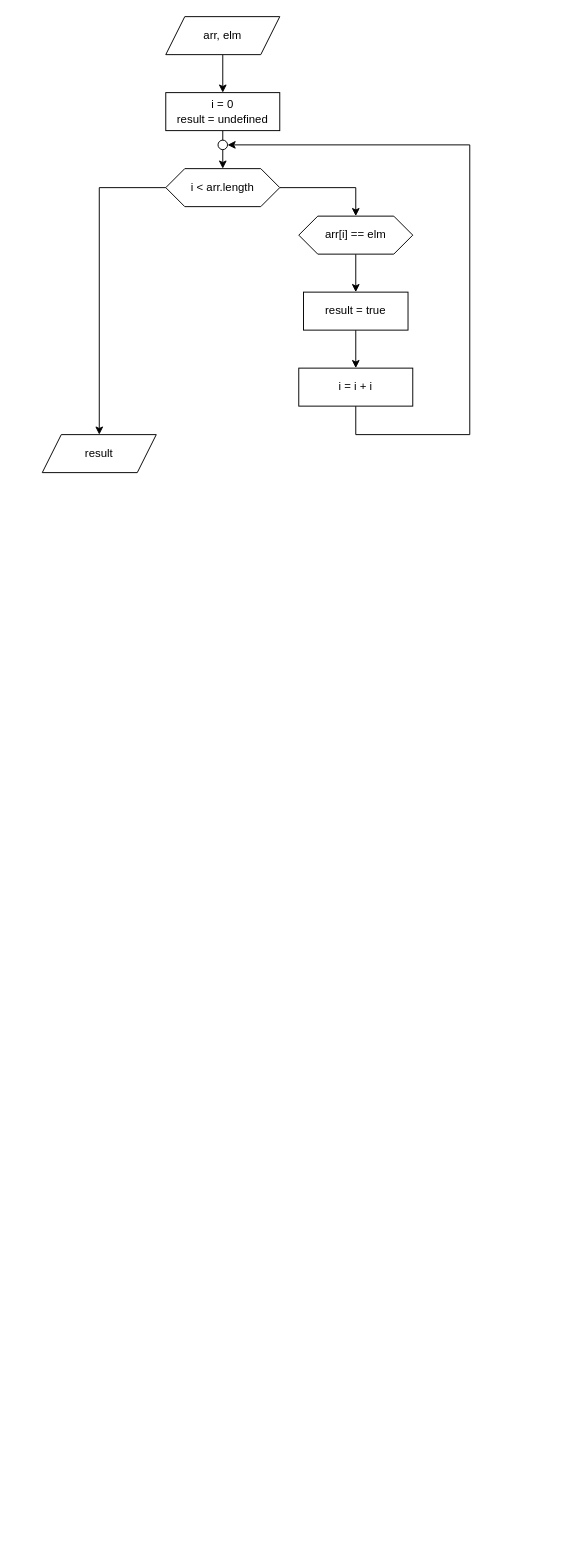
damianamalraj/iths-jsu21-native-javascript keeps this draw.io diagram as Arrays bootcamp/flodesschema.drawio. Above is the earlier version. Source tidied: cells renumbered, new cells numbered last; positions are measured from the earlier drawing's top-left corner, leaving out a move shared by most shapes. Both pictures are drawn from the tidied source at 95%, with x=0, y=0 at pixel (42, 16).
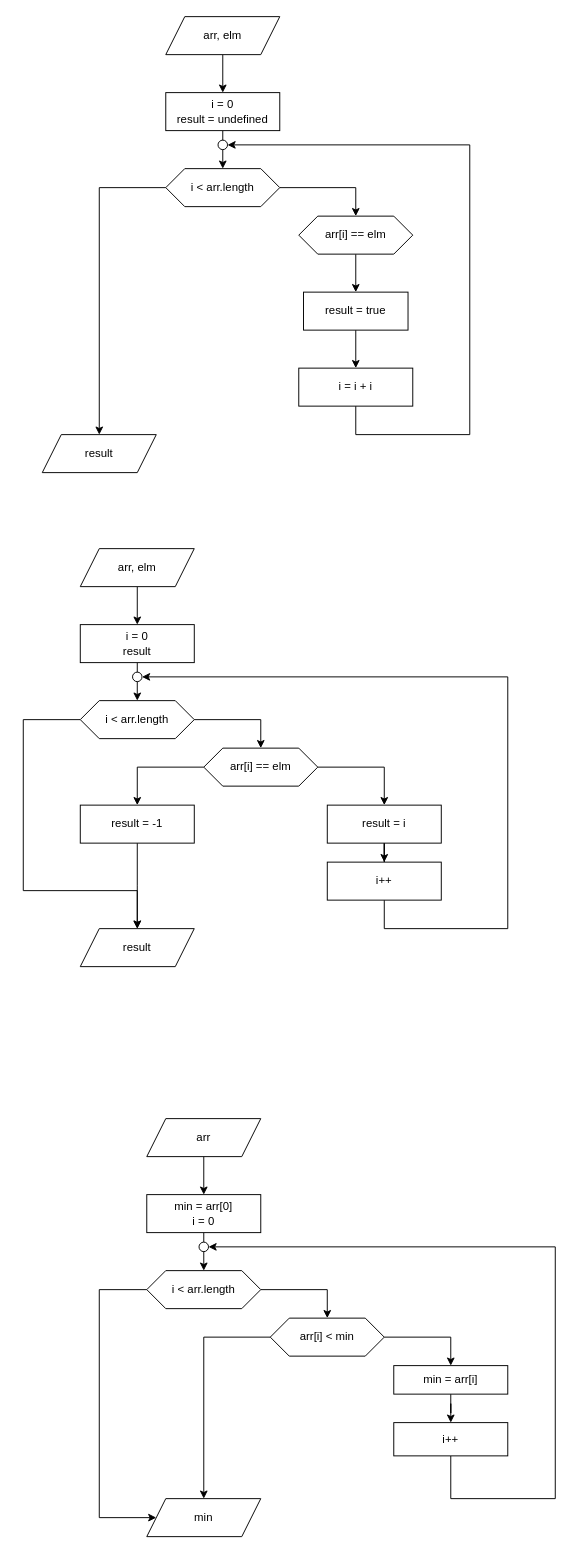
Above is the later version.

Diff of the diagram source:
```diff
@@
+    <mxCell id="17" style="edgeStyle=orthogonalEdgeStyle;rounded=0;jettySize=auto;html=1;" parent="1" edge="1" source="18" target="20">
+      <mxGeometry relative="1" as="geometry" />
+    </mxCell>
+    <mxCell id="18" value="arr, elm" style="shape=parallelogram;perimeter=parallelogramPerimeter;whiteSpace=wrap;html=1;fixedSize=1;" parent="1" vertex="1">
+      <mxGeometry x="40" y="560" width="120" height="40" as="geometry" />
+    </mxCell>
+    <mxCell id="19" style="edgeStyle=orthogonalEdgeStyle;rounded=0;jettySize=auto;html=1;" parent="1" edge="1" source="20" target="23">
+      <mxGeometry relative="1" as="geometry" />
+    </mxCell>
+    <mxCell id="20" value="i = 0&lt;br&gt;result" style="whiteSpace=wrap;html=1;" parent="1" vertex="1">
+      <mxGeometry x="40" y="640" width="120" height="40" as="geometry" />
+    </mxCell>
+    <mxCell id="21" style="edgeStyle=orthogonalEdgeStyle;rounded=0;jettySize=auto;html=1;" parent="1" edge="1" source="23" target="26">
+      <mxGeometry relative="1" as="geometry" />
+    </mxCell>
+    <mxCell id="22" style="edgeStyle=orthogonalEdgeStyle;rounded=0;jettySize=auto;html=1;" parent="1" edge="1" source="23">
+      <mxGeometry relative="1" as="geometry">
+        <mxPoint x="100" y="960" as="targetPoint" />
+        <Array as="points">
+          <mxPoint x="-20" y="740" />
+          <mxPoint x="-20" y="920" />
+          <mxPoint x="100" y="920" />
+        </Array>
+      </mxGeometry>
+    </mxCell>
+    <mxCell id="23" value="i &amp;lt; arr.length" style="shape=hexagon;perimeter=hexagonPerimeter2;whiteSpace=wrap;html=1;fixedSize=1;" parent="1" vertex="1">
+      <mxGeometry x="40" y="720" width="120" height="40" as="geometry" />
+    </mxCell>
+    <mxCell id="24" style="edgeStyle=orthogonalEdgeStyle;rounded=0;jettySize=auto;html=1;" parent="1" edge="1" source="26" target="28">
+      <mxGeometry relative="1" as="geometry" />
+    </mxCell>
+    <mxCell id="25" style="edgeStyle=orthogonalEdgeStyle;rounded=0;jettySize=auto;html=1;entryX=0.5;entryY=0;entryDx=0;entryDy=0;" parent="1" edge="1" source="26" target="31">
+      <mxGeometry relative="1" as="geometry">
+        <Array as="points">
+          <mxPoint x="100" y="790" />
+        </Array>
+      </mxGeometry>
+    </mxCell>
+    <mxCell id="26" value="arr[i] == elm" style="shape=hexagon;perimeter=hexagonPerimeter2;whiteSpace=wrap;html=1;fixedSize=1;" parent="1" vertex="1">
+      <mxGeometry x="170" y="770" width="120" height="40" as="geometry" />
+    </mxCell>
+    <mxCell id="27" style="edgeStyle=orthogonalEdgeStyle;rounded=0;jettySize=auto;html=1;entryX=0.5;entryY=0;entryDx=0;entryDy=0;" parent="1" edge="1" source="28" target="46">
+      <mxGeometry relative="1" as="geometry" />
+    </mxCell>
+    <mxCell id="28" value="result = i" style="whiteSpace=wrap;html=1;" parent="1" vertex="1">
+      <mxGeometry x="300" y="830" width="120" height="40" as="geometry" />
+    </mxCell>
+    <mxCell id="29" value="result" style="shape=parallelogram;perimeter=parallelogramPerimeter;whiteSpace=wrap;html=1;fixedSize=1;" parent="1" vertex="1">
+      <mxGeometry x="40" y="960" width="120" height="40" as="geometry" />
+    </mxCell>
+    <mxCell id="30" style="edgeStyle=orthogonalEdgeStyle;rounded=0;jettySize=auto;html=1;" parent="1" edge="1" source="31">
+      <mxGeometry relative="1" as="geometry">
+        <mxPoint x="100" y="960" as="targetPoint" />
+      </mxGeometry>
+    </mxCell>
+    <mxCell id="31" value="result = -1" style="whiteSpace=wrap;html=1;" parent="1" vertex="1">
+      <mxGeometry x="40" y="830" width="120" height="40" as="geometry" />
+    </mxCell>
+    <mxCell id="32" style="ellipse;whiteSpace=wrap;html=1;" parent="1" vertex="1">
+      <mxGeometry x="95" y="690" width="10" height="10" as="geometry" />
+    </mxCell>
+    <mxCell id="33" style="edgeStyle=orthogonalEdgeStyle;rounded=0;jettySize=auto;html=1;" parent="1" edge="1" source="34" target="36">
+      <mxGeometry relative="1" as="geometry" />
+    </mxCell>
+    <mxCell id="34" value="arr" style="shape=parallelogram;perimeter=parallelogramPerimeter;whiteSpace=wrap;html=1;fixedSize=1;" parent="1" vertex="1">
+      <mxGeometry x="110" y="1160" width="120" height="40" as="geometry" />
+    </mxCell>
+    <mxCell id="35" style="edgeStyle=orthogonalEdgeStyle;rounded=0;jettySize=auto;html=1;" parent="1" edge="1" source="36" target="39">
+      <mxGeometry relative="1" as="geometry" />
+    </mxCell>
+    <mxCell id="36" value="min = arr[0]&lt;br&gt;i = 0" style="whiteSpace=wrap;html=1;" parent="1" vertex="1">
+      <mxGeometry x="110" y="1240" width="120" height="40" as="geometry" />
+    </mxCell>
+    <mxCell id="37" style="edgeStyle=orthogonalEdgeStyle;rounded=0;jettySize=auto;html=1;" parent="1" edge="1" source="39" target="42">
+      <mxGeometry relative="1" as="geometry" />
+    </mxCell>
+    <mxCell id="38" style="edgeStyle=orthogonalEdgeStyle;rounded=0;jettySize=auto;html=1;" parent="1" edge="1" source="39" target="49">
+      <mxGeometry relative="1" as="geometry">
+        <Array as="points">
+          <mxPoint x="60" y="1340" />
+          <mxPoint x="60" y="1580" />
+        </Array>
+      </mxGeometry>
+    </mxCell>
+    <mxCell id="39" value="i &amp;lt; arr.length" style="shape=hexagon;perimeter=hexagonPerimeter2;whiteSpace=wrap;html=1;fixedSize=1;" parent="1" vertex="1">
+      <mxGeometry x="110" y="1320" width="120" height="40" as="geometry" />
+    </mxCell>
+    <mxCell id="40" style="edgeStyle=orthogonalEdgeStyle;rounded=0;jettySize=auto;html=1;" parent="1" edge="1" source="42" target="44">
+      <mxGeometry relative="1" as="geometry" />
+    </mxCell>
+    <mxCell id="41" style="edgeStyle=orthogonalEdgeStyle;rounded=0;jettySize=auto;html=1;entryX=0.5;entryY=0;entryDx=0;entryDy=0;" parent="1" edge="1" source="42" target="49">
+      <mxGeometry relative="1" as="geometry" />
+    </mxCell>
+    <mxCell id="42" value="arr[i] &amp;lt; min" style="shape=hexagon;perimeter=hexagonPerimeter2;whiteSpace=wrap;html=1;fixedSize=1;" parent="1" vertex="1">
+      <mxGeometry x="240" y="1370" width="120" height="40" as="geometry" />
+    </mxCell>
+    <mxCell id="43" style="edgeStyle=orthogonalEdgeStyle;rounded=0;jettySize=auto;html=1;" parent="1" edge="1" source="44" target="48">
+      <mxGeometry relative="1" as="geometry" />
+    </mxCell>
+    <mxCell id="44" value="min = arr[i]&lt;br&gt;" style="whiteSpace=wrap;html=1;" parent="1" vertex="1">
+      <mxGeometry x="370" y="1420" width="120" height="30" as="geometry" />
+    </mxCell>
+    <mxCell id="45" style="edgeStyle=orthogonalEdgeStyle;rounded=0;jettySize=auto;html=1;entryX=1;entryY=0.5;entryDx=0;entryDy=0;" parent="1" edge="1" source="46" target="32">
+      <mxGeometry relative="1" as="geometry">
+        <Array as="points">
+          <mxPoint x="360" y="960" />
+          <mxPoint x="490" y="960" />
+          <mxPoint x="490" y="695" />
+        </Array>
+      </mxGeometry>
+    </mxCell>
+    <mxCell id="46" value="i++" style="whiteSpace=wrap;html=1;" parent="1" vertex="1">
+      <mxGeometry x="300" y="890" width="120" height="40" as="geometry" />
+    </mxCell>
+    <mxCell id="47" style="edgeStyle=orthogonalEdgeStyle;rounded=0;jettySize=auto;html=1;entryX=1;entryY=0.5;entryDx=0;entryDy=0;" parent="1" edge="1" source="48" target="50">
+      <mxGeometry relative="1" as="geometry">
+        <Array as="points">
+          <mxPoint x="430" y="1560" />
+          <mxPoint x="540" y="1560" />
+          <mxPoint x="540" y="1295" />
+        </Array>
+      </mxGeometry>
+    </mxCell>
+    <mxCell id="48" value="i++" style="whiteSpace=wrap;html=1;" parent="1" vertex="1">
+      <mxGeometry x="370" y="1480" width="120" height="35" as="geometry" />
+    </mxCell>
+    <mxCell id="49" value="min" style="shape=parallelogram;perimeter=parallelogramPerimeter;whiteSpace=wrap;html=1;fixedSize=1;" parent="1" vertex="1">
+      <mxGeometry x="110" y="1560" width="120" height="40" as="geometry" />
+    </mxCell>
+    <mxCell id="50" style="ellipse;whiteSpace=wrap;html=1;" parent="1" vertex="1">
+      <mxGeometry x="165" y="1290" width="10" height="10" as="geometry" />
+    </mxCell>
```
